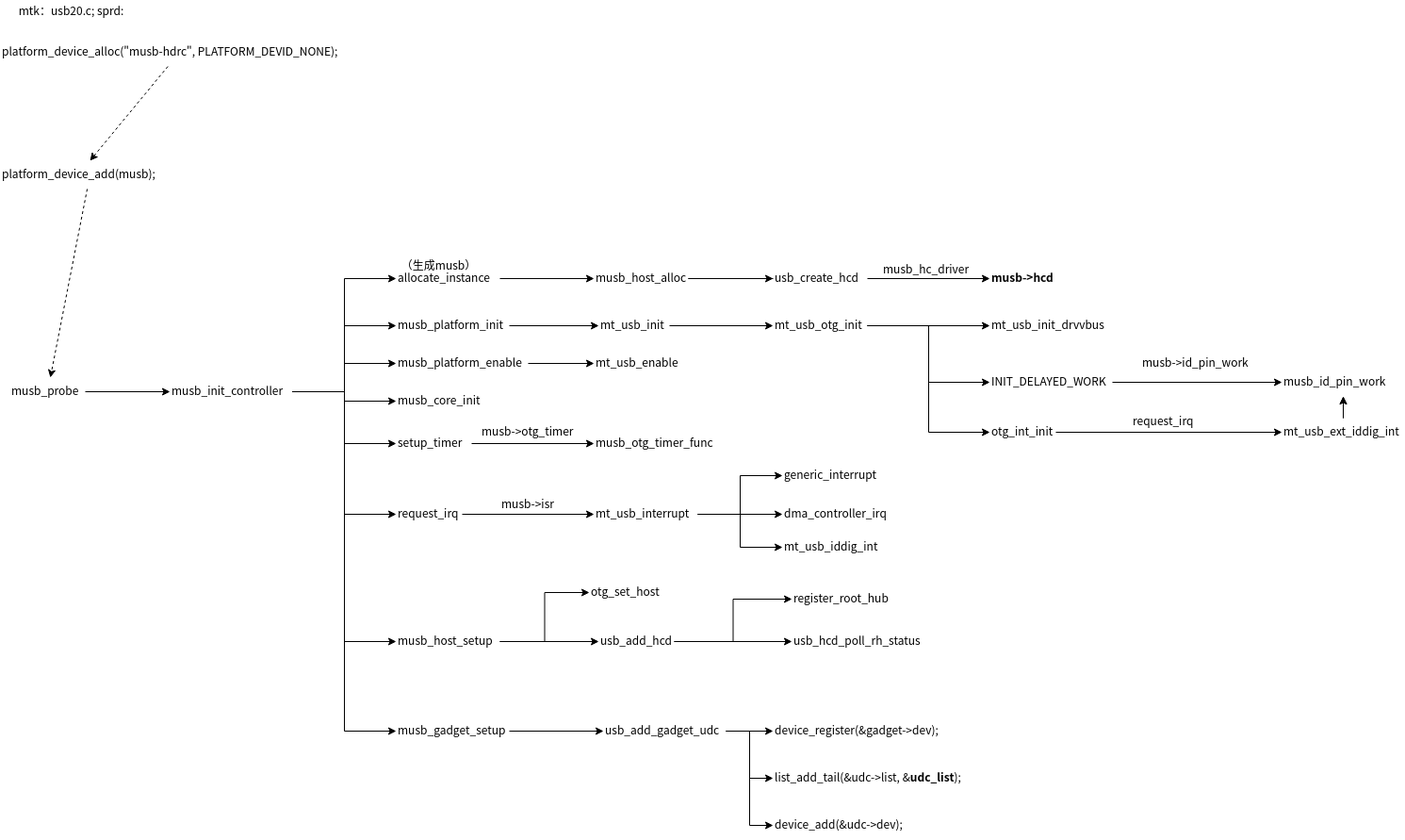
Above: Untitled Diagram.png in zhangmeizhen/test2 (draw.io), before the change. Source tidied: cells renumbered, new cells last; positions are measured from the earlier drawing's top-left corner, leaving out a move shared by most shapes.
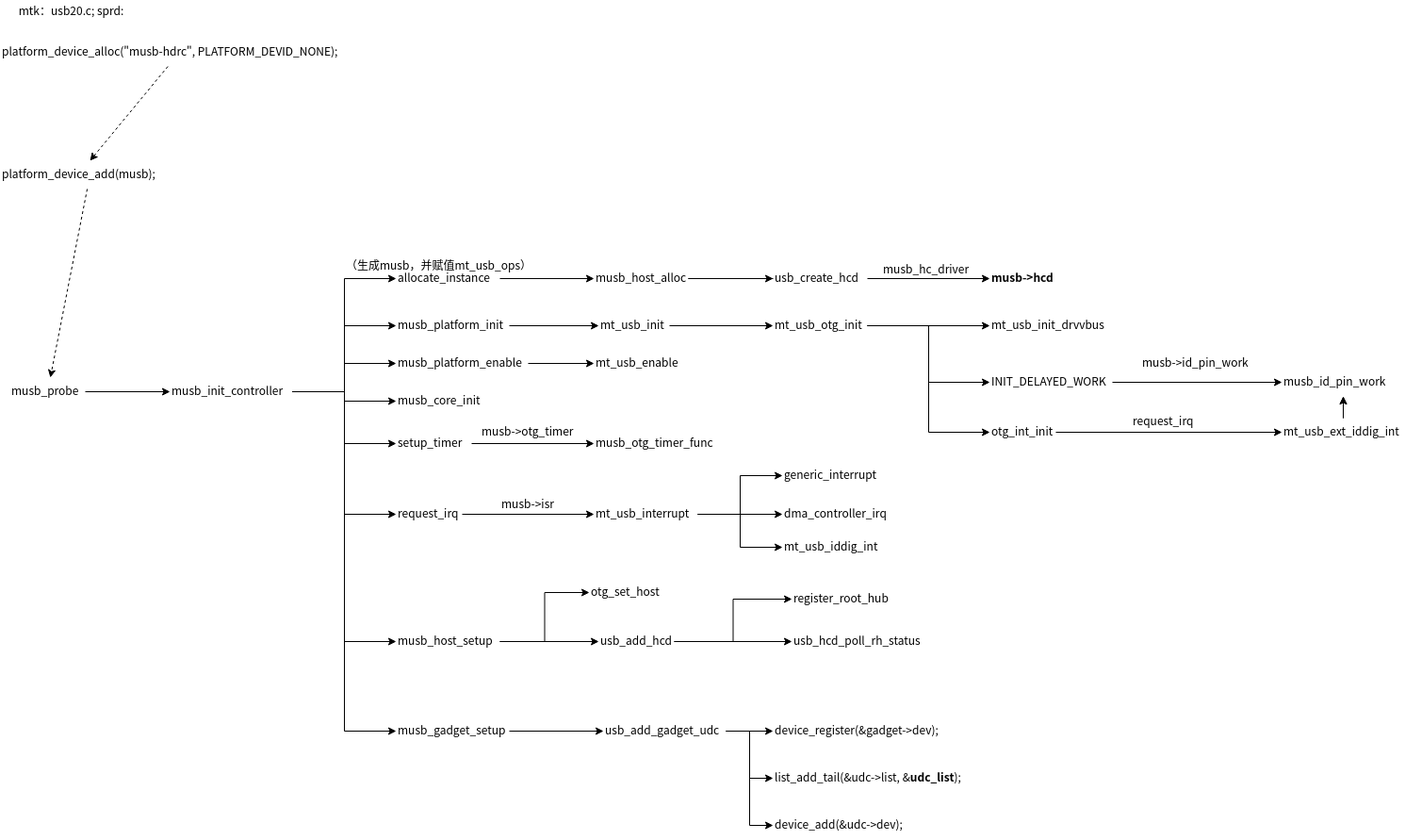
Later version of the same file.

What changed in the source:
```diff
@@ -50,8 +50,8 @@
     <mxCell id="17" value="allocate_instance" style="text;whiteSpace=wrap;html=1;" parent="1" vertex="1">
       <mxGeometry x="420" y="280" width="110" height="30" as="geometry" />
     </mxCell>
-    <mxCell id="18" value="（生成musb）" style="text;html=1;align=center;verticalAlign=middle;" parent="1" vertex="1">
-      <mxGeometry x="420" y="270" width="90" height="20" as="geometry" />
+    <mxCell id="18" value="（生成musb，并赋值mt_usb_ops）" style="text;html=1;align=center;verticalAlign=middle;" parent="1" vertex="1">
+      <mxGeometry x="360" y="270" width="210" height="20" as="geometry" />
     </mxCell>
     <mxCell id="19" style="edgeStyle=orthogonalEdgeStyle;rounded=0;jettySize=auto;html=1;entryX=0;entryY=0.5;entryDx=0;entryDy=0;startArrow=none;startFill=0;endArrow=classic;endFill=1;" parent="1" edge="1" source="20" target="61">
       <mxGeometry relative="1" as="geometry" />
```
